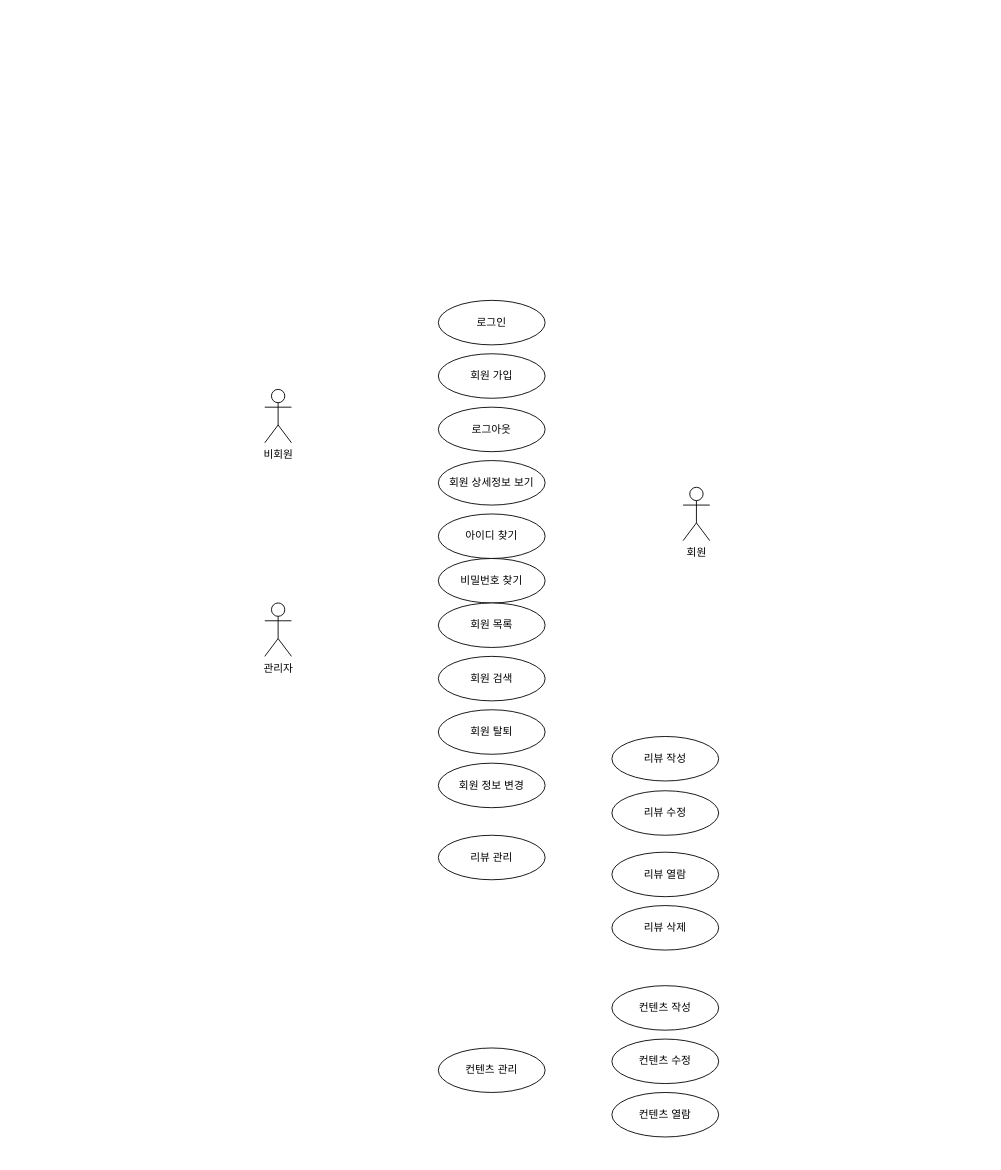
Before: Untitled Diagram.drawio in zdx456/SemiProject-1, a draw.io diagram. Source tidied: cells renumbered, new cells numbered last; positions are measured from the earlier drawing's top-left corner, leaving out a move shared by most shapes. Both pictures are drawn from the tidied source at 89%, with x=0, y=0 at pixel (264, 300).
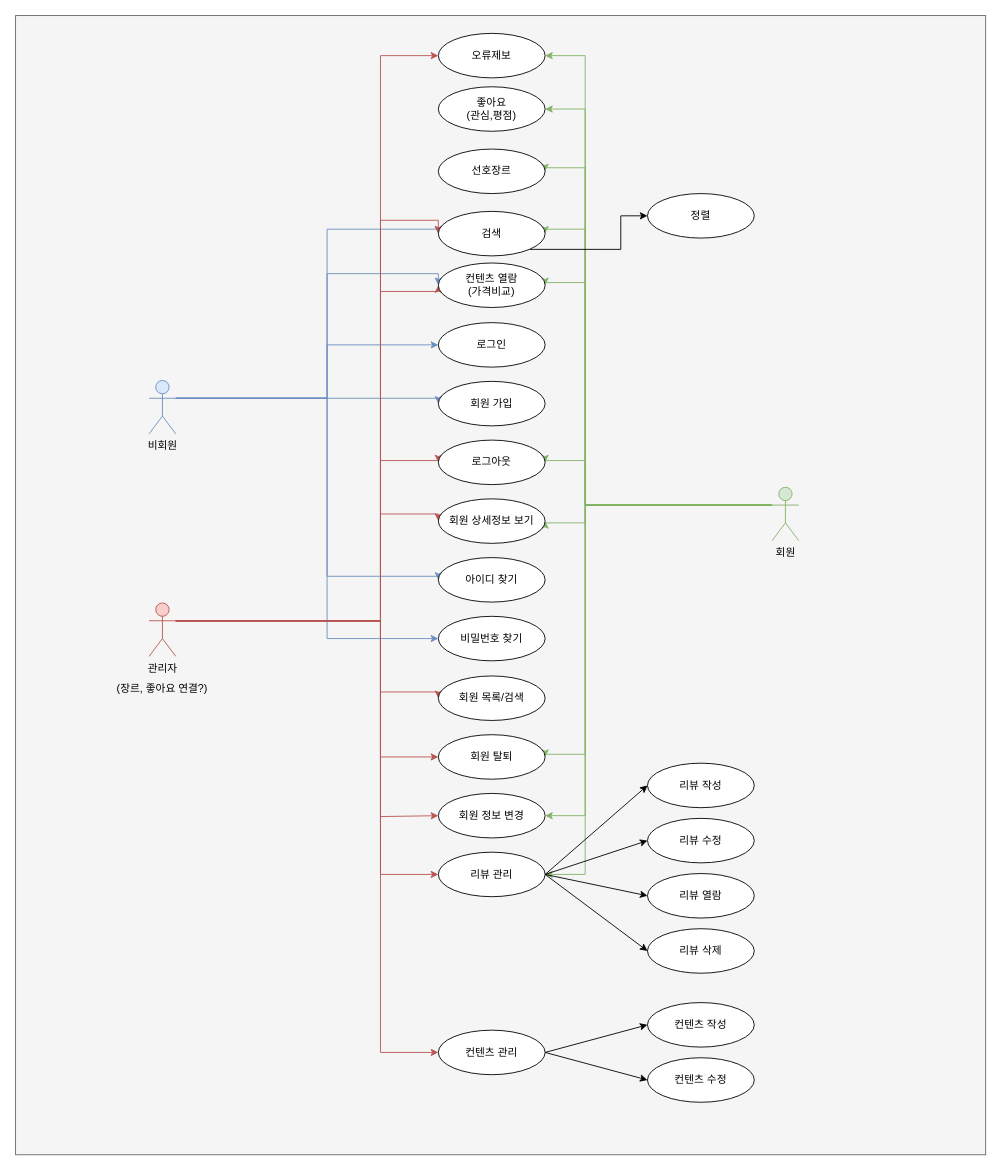
Above is the later version.

Diff of the diagram source:
```diff
@@
+    <mxCell id="24" style="rounded=0;whiteSpace=wrap;html=1;fillColor=#f5f5f5;fontColor=#333333;strokeColor=#666666;" parent="1" vertex="1">
+      <mxGeometry x="-280" y="-320" width="1090" height="1280" as="geometry" />
+    </mxCell>
+    <mxCell id="25" style="edgeStyle=orthogonalEdgeStyle;rounded=0;jettySize=auto;html=1;exitX=1;exitY=0.3333333333333333;exitDx=0;exitDy=0;exitPerimeter=0;entryX=0;entryY=0.5;entryDx=0;entryDy=0;fillColor=#dae8fc;strokeColor=#6c8ebf;" parent="1" edge="1" source="2" target="52">
+      <mxGeometry relative="1" as="geometry">
+        <Array as="points">
+          <mxPoint x="70" y="110" />
+          <mxPoint x="70" y="-80" />
+          <mxPoint x="195" y="-80" />
+        </Array>
+      </mxGeometry>
+    </mxCell>
+    <mxCell id="26" style="edgeStyle=orthogonalEdgeStyle;rounded=0;jettySize=auto;html=1;exitX=1;exitY=0.3333333333333333;exitDx=0;exitDy=0;exitPerimeter=0;entryX=0;entryY=0.5;entryDx=0;entryDy=0;fillColor=#dae8fc;strokeColor=#6c8ebf;" parent="1" edge="1" source="2" target="22">
+      <mxGeometry relative="1" as="geometry">
+        <Array as="points">
+          <mxPoint x="70" y="110" />
+          <mxPoint x="70" y="-30" />
+          <mxPoint x="195" y="-30" />
+        </Array>
+      </mxGeometry>
+    </mxCell>
+    <mxCell id="27" style="edgeStyle=orthogonalEdgeStyle;rounded=0;jettySize=auto;html=1;exitX=1;exitY=0.3333333333333333;exitDx=0;exitDy=0;exitPerimeter=0;entryX=0;entryY=0.5;entryDx=0;entryDy=0;fillColor=#dae8fc;strokeColor=#6c8ebf;" parent="1" edge="1" source="2" target="6">
+      <mxGeometry relative="1" as="geometry">
+        <Array as="points">
+          <mxPoint x="70" y="110" />
+          <mxPoint x="70" y="50" />
+        </Array>
+      </mxGeometry>
+    </mxCell>
+    <mxCell id="28" style="edgeStyle=orthogonalEdgeStyle;rounded=0;jettySize=auto;html=1;exitX=1;exitY=0.3333333333333333;exitDx=0;exitDy=0;exitPerimeter=0;entryX=0;entryY=0.5;entryDx=0;entryDy=0;fillColor=#dae8fc;strokeColor=#6c8ebf;" parent="1" edge="1" source="2" target="5">
+      <mxGeometry relative="1" as="geometry">
+        <Array as="points">
+          <mxPoint x="195" y="110" />
+        </Array>
+      </mxGeometry>
+    </mxCell>
+    <mxCell id="29" style="edgeStyle=orthogonalEdgeStyle;rounded=0;jettySize=auto;html=1;exitX=1;exitY=0.3333333333333333;exitDx=0;exitDy=0;exitPerimeter=0;entryX=0;entryY=0.5;entryDx=0;entryDy=0;fillColor=#dae8fc;strokeColor=#6c8ebf;" parent="1" edge="1" source="2" target="9">
+      <mxGeometry relative="1" as="geometry">
+        <Array as="points">
+          <mxPoint x="70" y="110" />
+          <mxPoint x="70" y="310" />
+          <mxPoint x="195" y="310" />
+        </Array>
+      </mxGeometry>
+    </mxCell>
+    <mxCell id="30" style="edgeStyle=orthogonalEdgeStyle;rounded=0;jettySize=auto;html=1;exitX=1;exitY=0.3333333333333333;exitDx=0;exitDy=0;exitPerimeter=0;entryX=0;entryY=0.5;entryDx=0;entryDy=0;fillColor=#dae8fc;strokeColor=#6c8ebf;" parent="1" edge="1" source="2" target="10">
+      <mxGeometry relative="1" as="geometry">
+        <Array as="points">
+          <mxPoint x="70" y="110" />
+          <mxPoint x="70" y="380" />
+        </Array>
+      </mxGeometry>
+    </mxCell>
-    <mxCell id="2" value="비회원" style="shape=umlActor;verticalLabelPosition=bottom;verticalAlign=top;html=1;outlineConnect=0;" parent="1" vertex="1">
-      <mxGeometry y="100" width="30" height="60" as="geometry" />
+    <mxCell id="2" value="비회원" style="shape=umlActor;verticalLabelPosition=bottom;verticalAlign=top;html=1;outlineConnect=0;fillColor=#dae8fc;strokeColor=#6c8ebf;" parent="1" vertex="1">
+      <mxGeometry x="-130" y="90" width="30" height="60" as="geometry" />
     </mxCell>
+    <mxCell id="31" style="edgeStyle=orthogonalEdgeStyle;rounded=0;jettySize=auto;html=1;exitX=0;exitY=0.3333333333333333;exitDx=0;exitDy=0;exitPerimeter=0;entryX=1;entryY=0.5;entryDx=0;entryDy=0;fillColor=#d5e8d4;strokeColor=#82b366;" parent="1" edge="1" source="3" target="7">
+      <mxGeometry relative="1" as="geometry">
+        <Array as="points">
+          <mxPoint x="360" y="230" />
+          <mxPoint x="360" y="180" />
+          <mxPoint x="315" y="180" />
+        </Array>
+      </mxGeometry>
+    </mxCell>
+    <mxCell id="32" style="edgeStyle=orthogonalEdgeStyle;rounded=0;jettySize=auto;html=1;exitX=0;exitY=0.3333333333333333;exitDx=0;exitDy=0;exitPerimeter=0;entryX=1;entryY=0.5;entryDx=0;entryDy=0;fillColor=#d5e8d4;strokeColor=#82b366;" parent="1" edge="1" source="3" target="8">
+      <mxGeometry relative="1" as="geometry">
+        <Array as="points">
+          <mxPoint x="360" y="230" />
+          <mxPoint x="360" y="250" />
+          <mxPoint x="315" y="250" />
+        </Array>
+      </mxGeometry>
+    </mxCell>
+    <mxCell id="33" style="edgeStyle=orthogonalEdgeStyle;rounded=0;jettySize=auto;html=1;exitX=0;exitY=0.3333333333333333;exitDx=0;exitDy=0;exitPerimeter=0;entryX=1;entryY=0.5;entryDx=0;entryDy=0;fillColor=#d5e8d4;strokeColor=#82b366;" parent="1" edge="1" source="3" target="16">
+      <mxGeometry relative="1" as="geometry">
+        <Array as="points">
+          <mxPoint x="360" y="230" />
+          <mxPoint x="360" y="645" />
+        </Array>
+      </mxGeometry>
+    </mxCell>
+    <mxCell id="34" style="edgeStyle=orthogonalEdgeStyle;rounded=0;jettySize=auto;html=1;exitX=0;exitY=0.3333333333333333;exitDx=0;exitDy=0;exitPerimeter=0;entryX=1;entryY=0.5;entryDx=0;entryDy=0;fillColor=#d5e8d4;strokeColor=#82b366;" parent="1" edge="1" source="3" target="14">
+      <mxGeometry relative="1" as="geometry">
+        <Array as="points">
+          <mxPoint x="360" y="230" />
+          <mxPoint x="360" y="579" />
+        </Array>
+      </mxGeometry>
+    </mxCell>
+    <mxCell id="35" style="edgeStyle=orthogonalEdgeStyle;rounded=0;jettySize=auto;html=1;exitX=0;exitY=0.3333333333333333;exitDx=0;exitDy=0;exitPerimeter=0;entryX=1;entryY=0.5;entryDx=0;entryDy=0;fillColor=#d5e8d4;strokeColor=#82b366;" parent="1" edge="1" source="3" target="22">
+      <mxGeometry relative="1" as="geometry">
+        <Array as="points">
+          <mxPoint x="360" y="230" />
+          <mxPoint x="360" y="-20" />
+          <mxPoint x="315" y="-20" />
+        </Array>
+      </mxGeometry>
+    </mxCell>
+    <mxCell id="36" style="edgeStyle=orthogonalEdgeStyle;rounded=0;jettySize=auto;html=1;exitX=0;exitY=0.3333333333333333;exitDx=0;exitDy=0;exitPerimeter=0;entryX=1;entryY=0.5;entryDx=0;entryDy=0;fillColor=#d5e8d4;strokeColor=#82b366;" parent="1" edge="1" source="3" target="52">
+      <mxGeometry relative="1" as="geometry">
+        <Array as="points">
+          <mxPoint x="360" y="230" />
+          <mxPoint x="360" y="-80" />
+          <mxPoint x="315" y="-80" />
+        </Array>
+      </mxGeometry>
+    </mxCell>
+    <mxCell id="37" style="edgeStyle=orthogonalEdgeStyle;rounded=0;jettySize=auto;html=1;exitX=0;exitY=0.3333333333333333;exitDx=0;exitDy=0;exitPerimeter=0;entryX=1;entryY=0.5;entryDx=0;entryDy=0;fillColor=#d5e8d4;strokeColor=#82b366;" parent="1" edge="1" source="3" target="13">
+      <mxGeometry relative="1" as="geometry">
+        <Array as="points">
+          <mxPoint x="360" y="230" />
+          <mxPoint x="360" y="510" />
+          <mxPoint x="315" y="510" />
+        </Array>
+      </mxGeometry>
+    </mxCell>
+    <mxCell id="38" style="edgeStyle=orthogonalEdgeStyle;rounded=0;jettySize=auto;html=1;exitX=0;exitY=0.3333333333333333;exitDx=0;exitDy=0;exitPerimeter=0;entryX=1;entryY=0.5;entryDx=0;entryDy=0;fillColor=#d5e8d4;strokeColor=#82b366;" parent="1" edge="1" source="3" target="54">
+      <mxGeometry relative="1" as="geometry">
+        <Array as="points">
+          <mxPoint x="360" y="230" />
+          <mxPoint x="360" y="-149" />
+        </Array>
+      </mxGeometry>
+    </mxCell>
+    <mxCell id="39" style="edgeStyle=orthogonalEdgeStyle;rounded=0;jettySize=auto;html=1;exitX=0;exitY=0.3333333333333333;exitDx=0;exitDy=0;exitPerimeter=0;entryX=1;entryY=0.5;entryDx=0;entryDy=0;fillColor=#d5e8d4;strokeColor=#82b366;" parent="1" edge="1" source="3" target="53">
+      <mxGeometry relative="1" as="geometry">
+        <Array as="points">
+          <mxPoint x="360" y="230" />
+          <mxPoint x="360" y="-215" />
+        </Array>
+      </mxGeometry>
+    </mxCell>
+    <mxCell id="40" style="edgeStyle=orthogonalEdgeStyle;rounded=0;jettySize=auto;html=1;exitX=0;exitY=0.3333333333333333;exitDx=0;exitDy=0;exitPerimeter=0;entryX=1;entryY=0.5;entryDx=0;entryDy=0;fillColor=#d5e8d4;strokeColor=#82b366;" parent="1" edge="1" source="3" target="62">
+      <mxGeometry relative="1" as="geometry">
+        <Array as="points">
+          <mxPoint x="360" y="230" />
+          <mxPoint x="360" y="-275" />
+        </Array>
+      </mxGeometry>
+    </mxCell>
-    <mxCell id="3" value="회원" style="shape=umlActor;verticalLabelPosition=bottom;verticalAlign=top;html=1;outlineConnect=0;" parent="1" vertex="1">
-      <mxGeometry x="470" y="210" width="30" height="60" as="geometry" />
+    <mxCell id="3" value="회원" style="shape=umlActor;verticalLabelPosition=bottom;verticalAlign=top;html=1;outlineConnect=0;fillColor=#d5e8d4;strokeColor=#82b366;" parent="1" vertex="1">
+      <mxGeometry x="570" y="210" width="30" height="60" as="geometry" />
     </mxCell>
+    <mxCell id="41" style="edgeStyle=orthogonalEdgeStyle;rounded=0;jettySize=auto;html=1;exitX=1;exitY=0.3333333333333333;exitDx=0;exitDy=0;exitPerimeter=0;entryX=0;entryY=0.5;entryDx=0;entryDy=0;fillColor=#f8cecc;strokeColor=#b85450;" parent="1" edge="1" source="4" target="16">
+      <mxGeometry relative="1" as="geometry">
+        <Array as="points">
+          <mxPoint x="130" y="360" />
+          <mxPoint x="130" y="645" />
+        </Array>
+      </mxGeometry>
+    </mxCell>
+    <mxCell id="42" style="edgeStyle=orthogonalEdgeStyle;rounded=0;jettySize=auto;html=1;exitX=1;exitY=0.3333333333333333;exitDx=0;exitDy=0;exitPerimeter=0;entryX=0;entryY=0.5;entryDx=0;entryDy=0;fillColor=#f8cecc;strokeColor=#b85450;" parent="1" edge="1" source="4" target="23">
+      <mxGeometry relative="1" as="geometry">
+        <Array as="points">
+          <mxPoint x="130" y="360" />
+          <mxPoint x="130" y="845" />
+        </Array>
+      </mxGeometry>
+    </mxCell>
+    <mxCell id="43" style="edgeStyle=orthogonalEdgeStyle;rounded=0;jettySize=auto;html=1;exitX=1;exitY=0.3333333333333333;exitDx=0;exitDy=0;exitPerimeter=0;entryX=0;entryY=0.5;entryDx=0;entryDy=0;fillColor=#f8cecc;strokeColor=#b85450;" parent="1" edge="1" source="4" target="12">
+      <mxGeometry relative="1" as="geometry">
+        <Array as="points">
+          <mxPoint x="130" y="360" />
+          <mxPoint x="130" y="440" />
+          <mxPoint x="195" y="440" />
+        </Array>
+      </mxGeometry>
+    </mxCell>
+    <mxCell id="44" style="edgeStyle=orthogonalEdgeStyle;rounded=0;jettySize=auto;html=1;exitX=1;exitY=0.3333333333333333;exitDx=0;exitDy=0;exitPerimeter=0;entryX=0;entryY=0.5;entryDx=0;entryDy=0;fillColor=#f8cecc;strokeColor=#b85450;" parent="1" edge="1" source="4" target="7">
+      <mxGeometry relative="1" as="geometry">
+        <Array as="points">
+          <mxPoint x="130" y="360" />
+          <mxPoint x="130" y="180" />
+          <mxPoint x="195" y="180" />
+        </Array>
+      </mxGeometry>
+    </mxCell>
+    <mxCell id="45" style="edgeStyle=orthogonalEdgeStyle;rounded=0;jettySize=auto;html=1;exitX=1;exitY=0.3333333333333333;exitDx=0;exitDy=0;exitPerimeter=0;entryX=0;entryY=0.5;entryDx=0;entryDy=0;fillColor=#f8cecc;strokeColor=#b85450;" parent="1" edge="1" source="4" target="14">
+      <mxGeometry relative="1" as="geometry">
+        <Array as="points">
+          <mxPoint x="130" y="360" />
+          <mxPoint x="130" y="580" />
+        </Array>
+      </mxGeometry>
+    </mxCell>
+    <mxCell id="46" style="edgeStyle=orthogonalEdgeStyle;rounded=0;jettySize=auto;html=1;exitX=1;exitY=0.3333333333333333;exitDx=0;exitDy=0;exitPerimeter=0;entryX=0;entryY=0.5;entryDx=0;entryDy=0;fillColor=#f8cecc;strokeColor=#b85450;" parent="1" edge="1" source="4" target="22">
+      <mxGeometry relative="1" as="geometry">
+        <Array as="points">
+          <mxPoint x="130" y="360" />
+          <mxPoint x="130" y="-10" />
+          <mxPoint x="195" y="-10" />
+        </Array>
+      </mxGeometry>
+    </mxCell>
+    <mxCell id="47" style="edgeStyle=orthogonalEdgeStyle;rounded=0;jettySize=auto;html=1;exitX=1;exitY=0.3333333333333333;exitDx=0;exitDy=0;exitPerimeter=0;entryX=0;entryY=0.5;entryDx=0;entryDy=0;fillColor=#f8cecc;strokeColor=#b85450;" parent="1" edge="1" source="4" target="52">
+      <mxGeometry relative="1" as="geometry">
+        <Array as="points">
+          <mxPoint x="130" y="360" />
+          <mxPoint x="130" y="-90" />
+          <mxPoint x="195" y="-90" />
+        </Array>
+      </mxGeometry>
+    </mxCell>
+    <mxCell id="48" style="edgeStyle=orthogonalEdgeStyle;rounded=0;jettySize=auto;html=1;exitX=1;exitY=0.3333333333333333;exitDx=0;exitDy=0;exitPerimeter=0;entryX=0;entryY=0.5;entryDx=0;entryDy=0;fillColor=#f8cecc;strokeColor=#b85450;" parent="1" edge="1" source="4" target="8">
+      <mxGeometry relative="1" as="geometry">
+        <Array as="points">
+          <mxPoint x="130" y="360" />
+          <mxPoint x="130" y="240" />
+          <mxPoint x="195" y="240" />
+        </Array>
+      </mxGeometry>
+    </mxCell>
+    <mxCell id="49" style="edgeStyle=orthogonalEdgeStyle;rounded=0;jettySize=auto;html=1;exitX=1;exitY=0.3333333333333333;exitDx=0;exitDy=0;exitPerimeter=0;entryX=0;entryY=0.5;entryDx=0;entryDy=0;fillColor=#f8cecc;strokeColor=#b85450;" parent="1" edge="1" source="4" target="13">
+      <mxGeometry relative="1" as="geometry">
+        <Array as="points">
+          <mxPoint x="130" y="360" />
+          <mxPoint x="130" y="513" />
+        </Array>
+      </mxGeometry>
+    </mxCell>
+    <mxCell id="50" style="edgeStyle=orthogonalEdgeStyle;rounded=0;jettySize=auto;html=1;exitX=1;exitY=0.3333333333333333;exitDx=0;exitDy=0;exitPerimeter=0;entryX=0;entryY=0.5;entryDx=0;entryDy=0;fillColor=#f8cecc;strokeColor=#b85450;" parent="1" edge="1" source="4" target="62">
+      <mxGeometry relative="1" as="geometry">
+        <Array as="points">
+          <mxPoint x="130" y="360" />
+          <mxPoint x="130" y="-275" />
+        </Array>
+      </mxGeometry>
+    </mxCell>
-    <mxCell id="4" value="관리자" style="shape=umlActor;verticalLabelPosition=bottom;verticalAlign=top;html=1;outlineConnect=0;" parent="1" vertex="1">
-      <mxGeometry y="340" width="30" height="60" as="geometry" />
+    <mxCell id="4" value="관리자" style="shape=umlActor;verticalLabelPosition=bottom;verticalAlign=top;html=1;outlineConnect=0;fillColor=#f8cecc;strokeColor=#b85450;" parent="1" vertex="1">
+      <mxGeometry x="-130" y="340" width="30" height="60" as="geometry" />
     </mxCell>
     <mxCell id="5" value="회원 가입" style="ellipse;whiteSpace=wrap;html=1;" parent="1" vertex="1">
-      <mxGeometry x="195" y="60" width="120" height="50" as="geometry" />
+      <mxGeometry x="195" y="91" width="120" height="50" as="geometry" />
     </mxCell>
     <mxCell id="6" value="로그인" style="ellipse;whiteSpace=wrap;html=1;" parent="1" vertex="1">
-      <mxGeometry x="195" width="120" height="50" as="geometry" />
+      <mxGeometry x="195" y="25" width="120" height="50" as="geometry" />
     </mxCell>
     <mxCell id="7" value="로그아웃" style="ellipse;whiteSpace=wrap;html=1;" parent="1" vertex="1">
-      <mxGeometry x="195" y="120" width="120" height="50" as="geometry" />
+      <mxGeometry x="195" y="157" width="120" height="50" as="geometry" />
     </mxCell>
     <mxCell id="8" value="회원 상세정보 보기" style="ellipse;whiteSpace=wrap;html=1;" parent="1" vertex="1">
-      <mxGeometry x="195" y="180" width="120" height="50" as="geometry" />
+      <mxGeometry x="195" y="223" width="120" height="50" as="geometry" />
     </mxCell>
     <mxCell id="9" value="아이디 찾기" style="ellipse;whiteSpace=wrap;html=1;" parent="1" vertex="1">
-      <mxGeometry x="195" y="240" width="120" height="50" as="geometry" />
+      <mxGeometry x="195" y="289" width="120" height="50" as="geometry" />
     </mxCell>
     <mxCell id="10" value="비밀번호 찾기" style="ellipse;whiteSpace=wrap;html=1;" parent="1" vertex="1">
-      <mxGeometry x="195" y="290" width="120" height="50" as="geometry" />
+      <mxGeometry x="195" y="355" width="120" height="50" as="geometry" />
     </mxCell>
-    <mxCell id="11" value="회원 목록" style="ellipse;whiteSpace=wrap;html=1;" parent="1" vertex="1">
-      <mxGeometry x="195" y="340" width="120" height="50" as="geometry" />
-    </mxCell>
-    <mxCell id="12" value="회원 검색" style="ellipse;whiteSpace=wrap;html=1;" parent="1" vertex="1">
-      <mxGeometry x="195" y="400" width="120" height="50" as="geometry" />
+    <mxCell id="12" value="회원 목록/검색" style="ellipse;whiteSpace=wrap;html=1;" parent="1" vertex="1">
+      <mxGeometry x="195" y="422" width="120" height="50" as="geometry" />
     </mxCell>
     <mxCell id="13" value="회원 탈퇴" style="ellipse;whiteSpace=wrap;html=1;" parent="1" vertex="1">
-      <mxGeometry x="195" y="460" width="120" height="50" as="geometry" />
+      <mxGeometry x="195" y="488" width="120" height="50" as="geometry" />
     </mxCell>
     <mxCell id="14" value="회원 정보 변경" style="ellipse;whiteSpace=wrap;html=1;" parent="1" vertex="1">
-      <mxGeometry x="195" y="520" width="120" height="50" as="geometry" />
+      <mxGeometry x="195" y="554" width="120" height="50" as="geometry" />
     </mxCell>
     <mxCell id="15" value="리뷰 열람" style="ellipse;whiteSpace=wrap;html=1;" parent="1" vertex="1">
-      <mxGeometry x="390" y="620" width="120" height="50" as="geometry" />
+      <mxGeometry x="430" y="644" width="120" height="50" as="geometry" />
     </mxCell>
     <mxCell id="16" value="리뷰 관리" style="ellipse;whiteSpace=wrap;html=1;" parent="1" vertex="1">
-      <mxGeometry x="195" y="601" width="120" height="50" as="geometry" />
+      <mxGeometry x="195" y="620" width="120" height="50" as="geometry" />
     </mxCell>
-    <mxCell id="17" value="리뷰 수정" style="ellipse;whiteSpace=wrap;html=1;" parent="1" vertex="1">
-      <mxGeometry x="390" y="551" width="120" height="50" as="geometry" />
-    </mxCell>
     <mxCell id="18" value="리뷰 삭제" style="ellipse;whiteSpace=wrap;html=1;" parent="1" vertex="1">
-      <mxGeometry x="390" y="680" width="120" height="50" as="geometry" />
+      <mxGeometry x="430" y="706" width="120" height="50" as="geometry" />
     </mxCell>
     <mxCell id="19" value="컨텐츠 작성" style="ellipse;whiteSpace=wrap;html=1;" parent="1" vertex="1">
-      <mxGeometry x="390" y="770" width="120" height="50" as="geometry" />
+      <mxGeometry x="430" y="789" width="120" height="50" as="geometry" />
     </mxCell>
     <mxCell id="20" value="컨텐츠 수정" style="ellipse;whiteSpace=wrap;html=1;" parent="1" vertex="1">
-      <mxGeometry x="390" y="830" width="120" height="50" as="geometry" />
+      <mxGeometry x="430" y="851" width="120" height="50" as="geometry" />
     </mxCell>
     <mxCell id="21" value="리뷰 작성" style="ellipse;whiteSpace=wrap;html=1;" parent="1" vertex="1">
-      <mxGeometry x="390" y="490" width="120" height="50" as="geometry" />
+      <mxGeometry x="430" y="520" width="120" height="50" as="geometry" />
     </mxCell>
-    <mxCell id="22" value="컨텐츠 열람" style="ellipse;whiteSpace=wrap;html=1;" parent="1" vertex="1">
-      <mxGeometry x="390" y="890" width="120" height="50" as="geometry" />
+    <mxCell id="22" value="컨텐츠 열람&lt;br&gt;(가격비교)" style="ellipse;whiteSpace=wrap;html=1;" parent="1" vertex="1">
+      <mxGeometry x="195" y="-42" width="120" height="50" as="geometry" />
     </mxCell>
     <mxCell id="23" value="컨텐츠 관리" style="ellipse;whiteSpace=wrap;html=1;" parent="1" vertex="1">
-      <mxGeometry x="195" y="840" width="120" height="50" as="geometry" />
+      <mxGeometry x="195" y="820" width="120" height="50" as="geometry" />
     </mxCell>
+    <mxCell id="51" style="edgeStyle=orthogonalEdgeStyle;rounded=0;jettySize=auto;html=1;exitX=1;exitY=1;exitDx=0;exitDy=0;entryX=0;entryY=0.5;entryDx=0;entryDy=0;" parent="1" edge="1" source="52" target="63">
+      <mxGeometry relative="1" as="geometry">
+        <Array as="points">
+          <mxPoint x="400" y="-57" />
+        </Array>
+      </mxGeometry>
+    </mxCell>
+    <mxCell id="52" value="검색" style="ellipse;whiteSpace=wrap;html=1;" parent="1" vertex="1">
+      <mxGeometry x="195" y="-100" width="120" height="50" as="geometry" />
+    </mxCell>
+    <mxCell id="17" value="리뷰 수정" style="ellipse;whiteSpace=wrap;html=1;" parent="1" vertex="1">
+      <mxGeometry x="430" y="582" width="120" height="50" as="geometry" />
+    </mxCell>
+    <mxCell id="53" value="좋아요&lt;br&gt;(관심,평점)" style="ellipse;whiteSpace=wrap;html=1;" parent="1" vertex="1">
+      <mxGeometry x="195" y="-240" width="120" height="50" as="geometry" />
+    </mxCell>
+    <mxCell id="54" value="선호장르" style="ellipse;whiteSpace=wrap;html=1;" parent="1" vertex="1">
+      <mxGeometry x="195" y="-170" width="120" height="50" as="geometry" />
+    </mxCell>
+    <mxCell id="55" style="endArrow=classic;html=1;rounded=0;exitX=1;exitY=0.5;exitDx=0;exitDy=0;entryX=0;entryY=0.5;entryDx=0;entryDy=0;" parent="1" edge="1" source="16" target="21">
+      <mxGeometry relative="1" as="geometry" />
+    </mxCell>
+    <mxCell id="56" style="endArrow=classic;html=1;rounded=0;exitX=1;exitY=0.5;exitDx=0;exitDy=0;entryX=0;entryY=0.5;entryDx=0;entryDy=0;" parent="1" edge="1" source="16" target="17">
+      <mxGeometry relative="1" as="geometry" />
+    </mxCell>
+    <mxCell id="57" style="endArrow=classic;html=1;rounded=0;entryX=0;entryY=0.5;entryDx=0;entryDy=0;exitX=1;exitY=0.5;exitDx=0;exitDy=0;" parent="1" edge="1" source="16" target="15">
+      <mxGeometry relative="1" as="geometry" />
+    </mxCell>
+    <mxCell id="58" style="endArrow=classic;html=1;rounded=0;entryX=0;entryY=0.5;entryDx=0;entryDy=0;exitX=1;exitY=0.5;exitDx=0;exitDy=0;" parent="1" edge="1" source="16" target="18">
+      <mxGeometry relative="1" as="geometry" />
+    </mxCell>
+    <mxCell id="59" style="endArrow=classic;html=1;rounded=0;entryX=0;entryY=0.5;entryDx=0;entryDy=0;exitX=1;exitY=0.5;exitDx=0;exitDy=0;" parent="1" edge="1" source="23" target="20">
+      <mxGeometry relative="1" as="geometry" />
+    </mxCell>
+    <mxCell id="60" style="endArrow=classic;html=1;rounded=0;entryX=0;entryY=0.5;entryDx=0;entryDy=0;exitX=1;exitY=0.5;exitDx=0;exitDy=0;" parent="1" edge="1" source="23" target="19">
+      <mxGeometry relative="1" as="geometry" />
+    </mxCell>
+    <mxCell id="61" value="(장르, 좋아요 연결?)" style="text;html=1;strokeColor=none;fillColor=none;align=center;verticalAlign=middle;whiteSpace=wrap;rounded=0;" parent="1" vertex="1">
+      <mxGeometry x="-180" y="422" width="130" height="30" as="geometry" />
+    </mxCell>
+    <mxCell id="62" value="오류제보" style="ellipse;whiteSpace=wrap;html=1;" parent="1" vertex="1">
+      <mxGeometry x="195" y="-300" width="120" height="50" as="geometry" />
+    </mxCell>
+    <mxCell id="63" value="정렬" style="ellipse;whiteSpace=wrap;html=1;" parent="1" vertex="1">
+      <mxGeometry x="430" y="-120" width="120" height="50" as="geometry" />
+    </mxCell>
```
